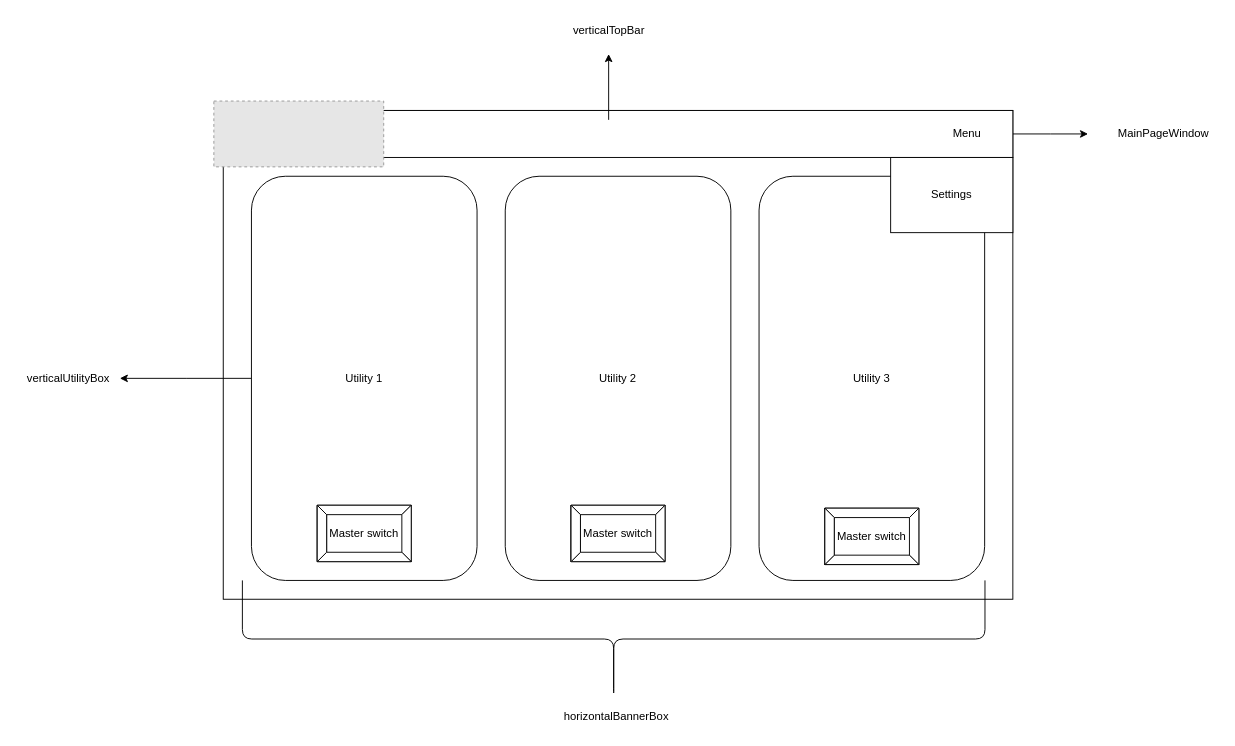
Above: page "MainPage" (2 of 3) of SmartOffice/SmartHomeSketch.drawio in NurulfShamimiAmlee-edag-my/qskinny-internal-projects (draw.io), before the change. Source tidied: cells renumbered, new cells numbered last; positions are measured from the earlier drawing's top-left corner, leaving out a move shared by most shapes. Both pictures are drawn from the tidied source at 94%, with x=0, y=0 at pixel (16, 16). Pictures stored in the file or linked from it are replaced by grey dashed boxes.
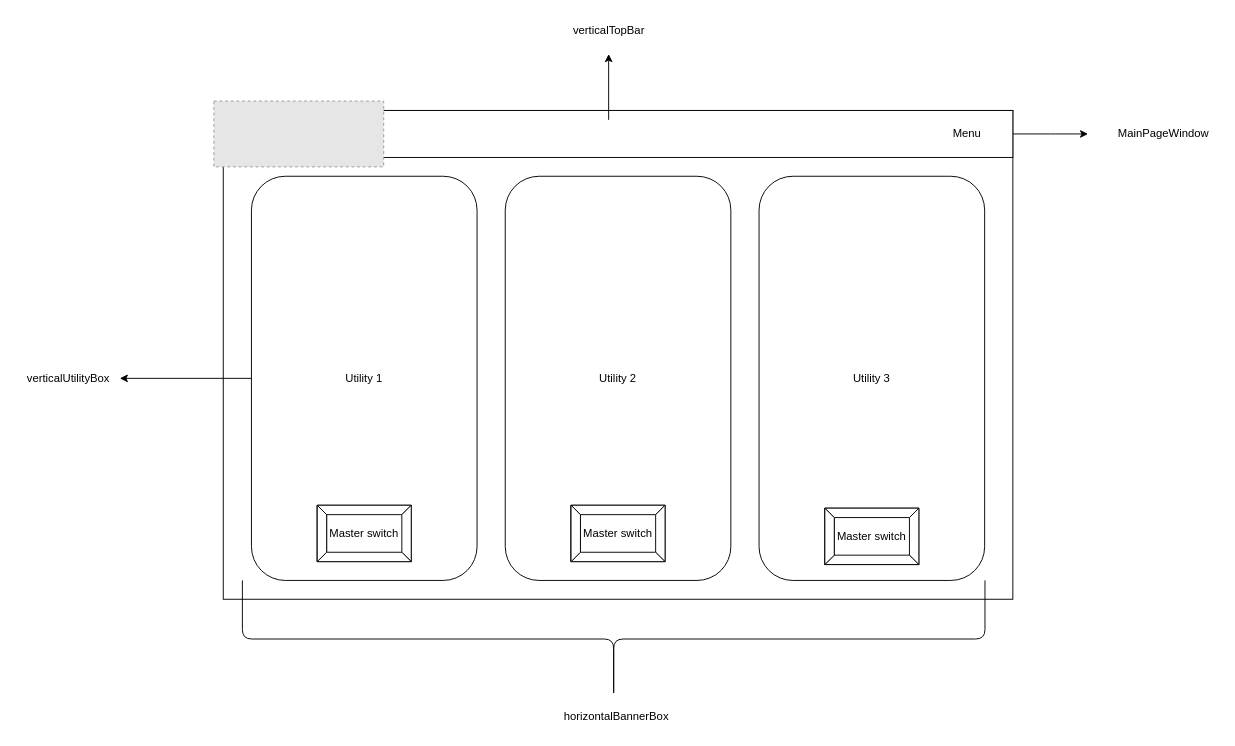
The same diagram, later.

Diff of the diagram source:
```diff
@@
-    <mxCell id="11" value="Settings" style="rounded=0;whiteSpace=wrap;html=1;" parent="1" vertex="1">
-      <mxGeometry x="930" y="150" width="130" height="80" as="geometry" />
-    </mxCell>
```
